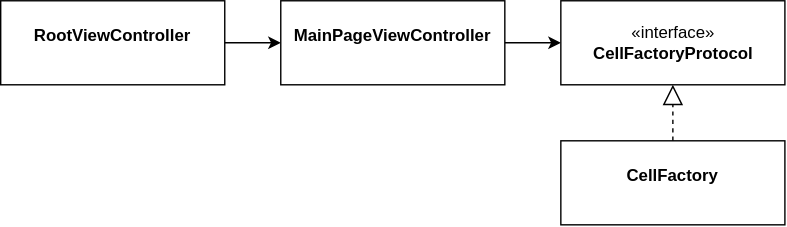
Before: myTableViewFactory/Note/class-layout.drawio.svg, a diagram exported from draw.io (taitty/SwiftPractice). Source tidied: cells renumbered, new cells last; positions are measured from the earlier drawing's top-left corner, leaving out a move shared by most shapes.
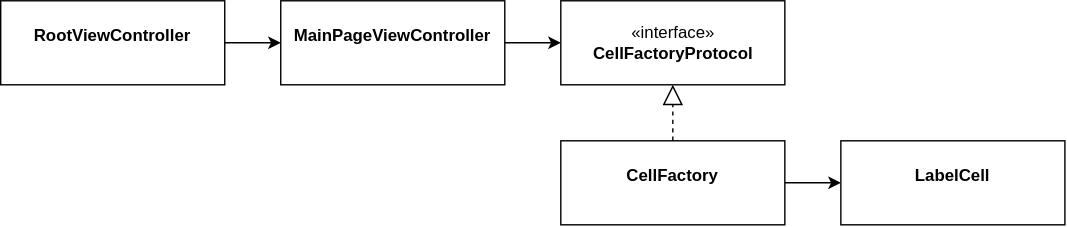
After the change.

The edit, as a diff of the source:
```diff
@@ -17,11 +17,17 @@
     <mxCell id="6" value="«interface»&lt;br&gt;&lt;b&gt;CellFactoryProtocol&lt;/b&gt;" style="html=1;" parent="1" vertex="1">
       <mxGeometry x="400" width="160" height="60" as="geometry" />
     </mxCell>
+    <mxCell id="9" style="edgeStyle=orthogonalEdgeStyle;rounded=0;jettySize=auto;html=1;exitX=1;exitY=0.5;exitDx=0;exitDy=0;entryX=0;entryY=0.5;entryDx=0;entryDy=0;" parent="1" edge="1" source="7" target="10">
+      <mxGeometry relative="1" as="geometry" />
+    </mxCell>
     <mxCell id="7" value="&lt;p style=&quot;margin: 0px ; margin-top: 4px ; text-align: center&quot;&gt;&lt;br&gt;&lt;b&gt;CellFactory&lt;/b&gt;&lt;/p&gt;" style="verticalAlign=top;align=left;overflow=fill;fontSize=12;fontFamily=Helvetica;html=1;" parent="1" vertex="1">
       <mxGeometry x="400" y="100" width="160" height="60" as="geometry" />
     </mxCell>
     <mxCell id="8" style="endArrow=block;dashed=1;endFill=0;endSize=12;html=1;rounded=0;entryX=0.5;entryY=1;entryDx=0;entryDy=0;exitX=0.5;exitY=0;exitDx=0;exitDy=0;" parent="1" edge="1" source="7" target="6">
       <mxGeometry relative="1" as="geometry" />
     </mxCell>
+    <mxCell id="10" value="&lt;p style=&quot;margin: 0px ; margin-top: 4px ; text-align: center&quot;&gt;&lt;br&gt;&lt;b&gt;LabelCell&lt;/b&gt;&lt;/p&gt;" style="verticalAlign=top;align=left;overflow=fill;fontSize=12;fontFamily=Helvetica;html=1;" parent="1" vertex="1">
+      <mxGeometry x="600" y="100" width="160" height="60" as="geometry" />
+    </mxCell>
   </root>
 </mxGraphModel>
```
